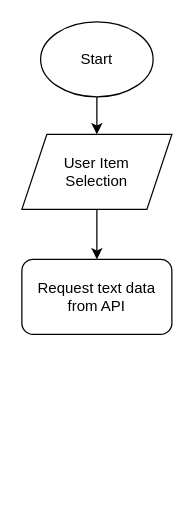
The draw.io diagram WYWM_WebDesignIntro.drawio in TartanSpartan117/StarWars, before the edit. Source tidied: cells renumbered, new cells numbered last; positions are measured from the earlier drawing's top-left corner, leaving out a move shared by most shapes. Both pictures are drawn from the tidied source at 125%, with x=0, y=0 at pixel (21, 21).
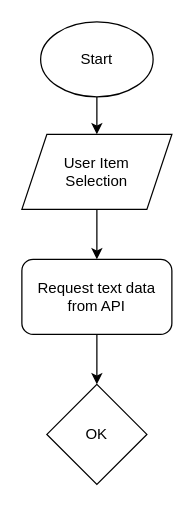
After the change.

Change to the diagram source:
```diff
@@
 <mxGraphModel>
   <root>
     <mxCell id="0" />
     <mxCell id="1" parent="0" />
     <mxCell id="2" style="edgeStyle=orthogonalEdgeStyle;rounded=0;jettySize=auto;html=1;" parent="1" edge="1" source="3" target="5">
       <mxGeometry relative="1" as="geometry" />
     </mxCell>
     <mxCell id="3" value="Start" style="ellipse;whiteSpace=wrap;html=1;" parent="1" vertex="1">
       <mxGeometry x="15" width="90" height="60" as="geometry" />
     </mxCell>
     <mxCell id="4" style="edgeStyle=orthogonalEdgeStyle;rounded=0;jettySize=auto;html=1;" parent="1" edge="1" source="5" target="6">
       <mxGeometry relative="1" as="geometry" />
     </mxCell>
     <mxCell id="5" value="User Item &lt;br&gt;Selection" style="shape=parallelogram;perimeter=parallelogramPerimeter;whiteSpace=wrap;html=1;fixedSize=1;" parent="1" vertex="1">
       <mxGeometry y="90" width="120" height="60" as="geometry" />
     </mxCell>
+    <mxCell id="7" style="edgeStyle=orthogonalEdgeStyle;rounded=0;jettySize=auto;html=1;" parent="1" edge="1" source="6" target="8">
+      <mxGeometry relative="1" as="geometry" />
+    </mxCell>
     <mxCell id="6" value="Request text data&lt;br&gt;from API" style="rounded=1;whiteSpace=wrap;html=1;" parent="1" vertex="1">
       <mxGeometry y="190" width="120" height="60" as="geometry" />
     </mxCell>
+    <mxCell id="8" value="OK" style="rhombus;whiteSpace=wrap;html=1;" parent="1" vertex="1">
+      <mxGeometry x="20" y="290" width="80" height="80" as="geometry" />
+    </mxCell>
   </root>
 </mxGraphModel>
```
